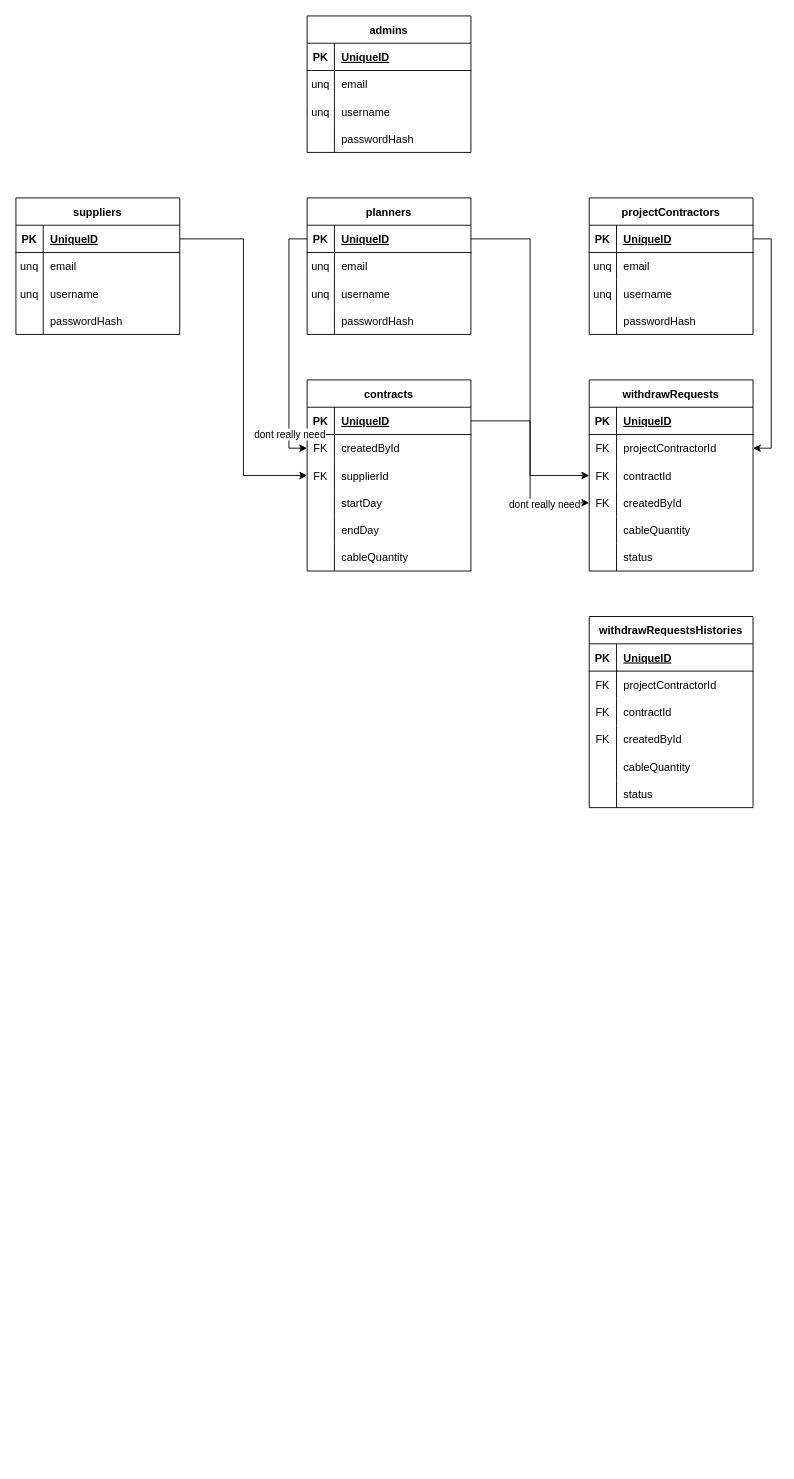
Earlier version of the draw.io diagram documents/database.drawio (cocacolastick-cable-management/cable_management_be). Source tidied: cells renumbered, new cells numbered last; positions are measured from the earlier drawing's top-left corner, leaving out a move shared by most shapes. Both pictures are drawn from the tidied source at 91%, with x=0, y=0 at pixel (15, 15).
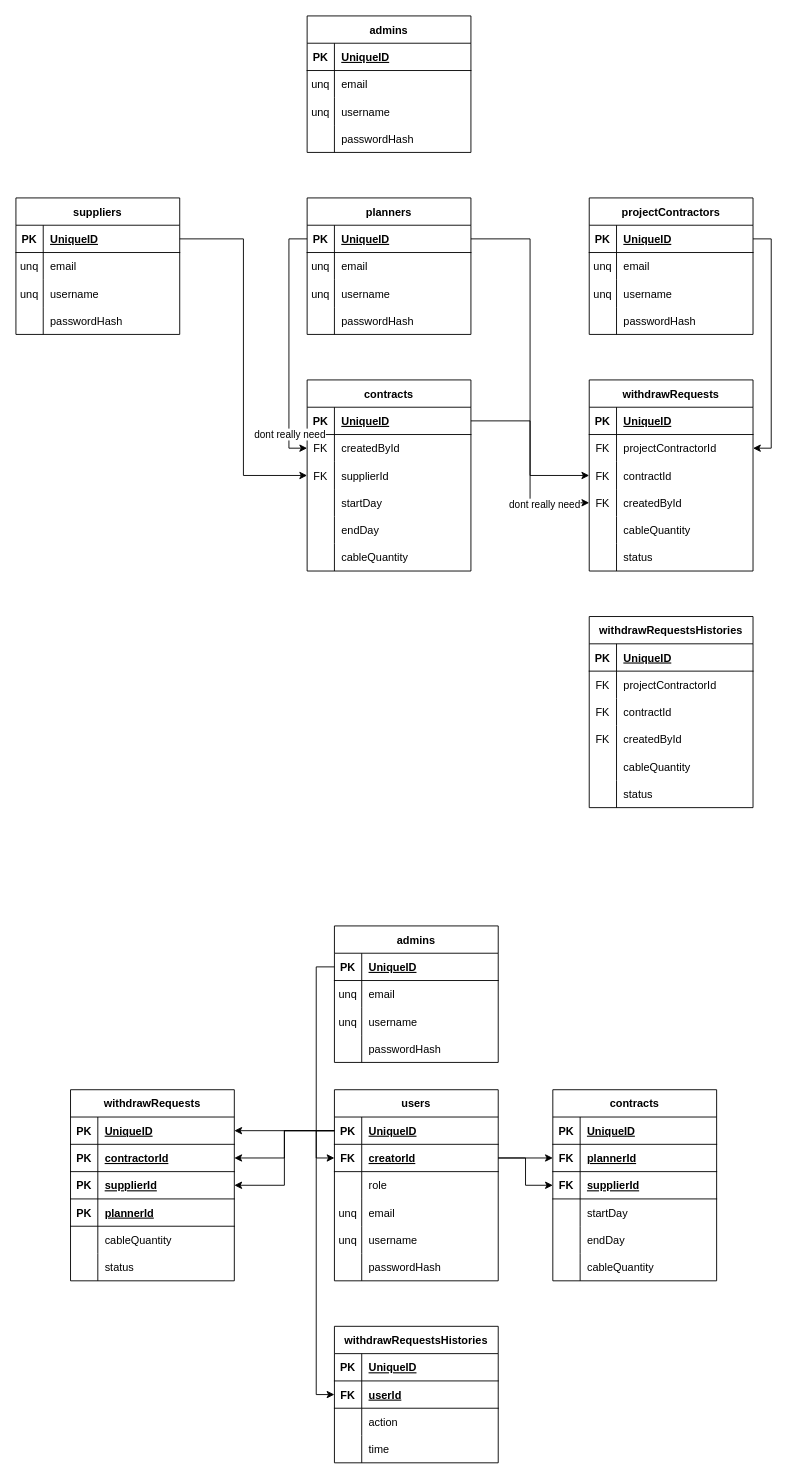
Above is the later version.

What changed in the source:
```diff
@@
+    <mxCell id="118" value="admins" style="shape=table;startSize=30;childLayout=tableLayout;rowLines=0;fontStyle=1;align=center;" parent="1" vertex="1">
+      <mxGeometry x="350" y="1000" width="180" height="150" as="geometry" />
+    </mxCell>
+    <mxCell id="119" style="shape=tableRow;horizontal=0;startSize=0;swimlaneHead=0;swimlaneBody=0;fillColor=none;points=[[0,0.5],[1,0.5]];portConstraint=eastwest;top=0;left=0;right=0;bottom=1;" parent="118" vertex="1">
+      <mxGeometry y="30" width="180" height="30" as="geometry" />
+    </mxCell>
+    <mxCell id="120" value="PK" style="shape=partialRectangle;fillColor=none;top=0;left=0;bottom=0;right=0;fontStyle=1;overflow=hidden;" parent="119" vertex="1">
+      <mxGeometry width="30" height="30" as="geometry" />
+    </mxCell>
+    <mxCell id="121" value="UniqueID" style="shape=partialRectangle;fillColor=none;top=0;left=0;bottom=0;right=0;align=left;spacingLeft=6;fontStyle=5;overflow=hidden;" parent="119" vertex="1">
+      <mxGeometry x="30" width="150" height="30" as="geometry" />
+    </mxCell>
+    <mxCell id="122" style="shape=tableRow;horizontal=0;startSize=0;swimlaneHead=0;swimlaneBody=0;fillColor=none;top=0;left=0;right=0;bottom=0;" parent="118" vertex="1">
+      <mxGeometry y="60" width="180" height="30" as="geometry" />
+    </mxCell>
+    <mxCell id="123" value="unq" style="shape=partialRectangle;fillColor=none;top=0;left=0;bottom=0;right=0;overflow=hidden;" parent="122" vertex="1">
+      <mxGeometry width="30" height="30" as="geometry" />
+    </mxCell>
+    <mxCell id="124" value="email" style="shape=partialRectangle;fillColor=none;top=0;left=0;bottom=0;right=0;align=left;spacingLeft=6;overflow=hidden;" parent="122" vertex="1">
+      <mxGeometry x="30" width="150" height="30" as="geometry" />
+    </mxCell>
+    <mxCell id="125" style="shape=tableRow;horizontal=0;startSize=0;swimlaneHead=0;swimlaneBody=0;fillColor=none;top=0;left=0;right=0;bottom=0;" parent="118" vertex="1">
+      <mxGeometry y="90" width="180" height="30" as="geometry" />
+    </mxCell>
+    <mxCell id="126" value="unq" style="shape=partialRectangle;fillColor=none;top=0;left=0;bottom=0;right=0;overflow=hidden;" parent="125" vertex="1">
+      <mxGeometry width="30" height="30" as="geometry" />
+    </mxCell>
+    <mxCell id="127" value="username" style="shape=partialRectangle;fillColor=none;top=0;left=0;bottom=0;right=0;align=left;spacingLeft=6;overflow=hidden;" parent="125" vertex="1">
+      <mxGeometry x="30" width="150" height="30" as="geometry" />
+    </mxCell>
+    <mxCell id="128" style="shape=tableRow;horizontal=0;startSize=0;swimlaneHead=0;swimlaneBody=0;fillColor=none;top=0;left=0;right=0;bottom=0;" parent="118" vertex="1">
+      <mxGeometry y="120" width="180" height="30" as="geometry" />
+    </mxCell>
+    <mxCell id="129" style="shape=partialRectangle;fillColor=none;top=0;left=0;bottom=0;right=0;overflow=hidden;" parent="128" vertex="1">
+      <mxGeometry width="30" height="30" as="geometry" />
+    </mxCell>
+    <mxCell id="130" value="passwordHash" style="shape=partialRectangle;fillColor=none;top=0;left=0;bottom=0;right=0;align=left;spacingLeft=6;overflow=hidden;" parent="128" vertex="1">
+      <mxGeometry x="30" width="150" height="30" as="geometry" />
+    </mxCell>
+    <mxCell id="131" value="users" style="shape=table;startSize=30;childLayout=tableLayout;rowLines=0;fontStyle=1;align=center;" parent="1" vertex="1">
+      <mxGeometry x="350" y="1180" width="180" height="210" as="geometry" />
+    </mxCell>
+    <mxCell id="132" style="shape=tableRow;horizontal=0;startSize=0;swimlaneHead=0;swimlaneBody=0;fillColor=none;points=[[0,0.5],[1,0.5]];portConstraint=eastwest;top=0;left=0;right=0;bottom=1;" parent="131" vertex="1">
+      <mxGeometry y="30" width="180" height="30" as="geometry" />
+    </mxCell>
+    <mxCell id="133" value="PK" style="shape=partialRectangle;fillColor=none;top=0;left=0;bottom=0;right=0;fontStyle=1;overflow=hidden;" parent="132" vertex="1">
+      <mxGeometry width="30" height="30" as="geometry" />
+    </mxCell>
+    <mxCell id="134" value="UniqueID" style="shape=partialRectangle;fillColor=none;top=0;left=0;bottom=0;right=0;align=left;spacingLeft=6;fontStyle=5;overflow=hidden;" parent="132" vertex="1">
+      <mxGeometry x="30" width="150" height="30" as="geometry" />
+    </mxCell>
+    <mxCell id="135" style="shape=tableRow;horizontal=0;startSize=0;swimlaneHead=0;swimlaneBody=0;fillColor=none;points=[[0,0.5],[1,0.5]];portConstraint=eastwest;top=0;left=0;right=0;bottom=1;" parent="131" vertex="1">
+      <mxGeometry y="60" width="180" height="30" as="geometry" />
+    </mxCell>
+    <mxCell id="136" value="FK" style="shape=partialRectangle;fillColor=none;top=0;left=0;bottom=0;right=0;fontStyle=1;overflow=hidden;" parent="135" vertex="1">
+      <mxGeometry width="30" height="30" as="geometry" />
+    </mxCell>
+    <mxCell id="137" value="creatorId" style="shape=partialRectangle;fillColor=none;top=0;left=0;bottom=0;right=0;align=left;spacingLeft=6;fontStyle=5;overflow=hidden;" parent="135" vertex="1">
+      <mxGeometry x="30" width="150" height="30" as="geometry" />
+    </mxCell>
+    <mxCell id="138" style="shape=tableRow;horizontal=0;startSize=0;swimlaneHead=0;swimlaneBody=0;fillColor=none;top=0;left=0;right=0;bottom=0;" parent="131" vertex="1">
+      <mxGeometry y="90" width="180" height="30" as="geometry" />
+    </mxCell>
+    <mxCell id="139" style="shape=partialRectangle;fillColor=none;top=0;left=0;bottom=0;right=0;overflow=hidden;" parent="138" vertex="1">
+      <mxGeometry width="30" height="30" as="geometry" />
+    </mxCell>
+    <mxCell id="140" value="role" style="shape=partialRectangle;fillColor=none;top=0;left=0;bottom=0;right=0;align=left;spacingLeft=6;overflow=hidden;" parent="138" vertex="1">
+      <mxGeometry x="30" width="150" height="30" as="geometry" />
+    </mxCell>
+    <mxCell id="141" style="shape=tableRow;horizontal=0;startSize=0;swimlaneHead=0;swimlaneBody=0;fillColor=none;top=0;left=0;right=0;bottom=0;" parent="131" vertex="1">
+      <mxGeometry y="120" width="180" height="30" as="geometry" />
+    </mxCell>
+    <mxCell id="142" value="unq" style="shape=partialRectangle;fillColor=none;top=0;left=0;bottom=0;right=0;overflow=hidden;" parent="141" vertex="1">
+      <mxGeometry width="30" height="30" as="geometry" />
+    </mxCell>
+    <mxCell id="143" value="email" style="shape=partialRectangle;fillColor=none;top=0;left=0;bottom=0;right=0;align=left;spacingLeft=6;overflow=hidden;" parent="141" vertex="1">
+      <mxGeometry x="30" width="150" height="30" as="geometry" />
+    </mxCell>
+    <mxCell id="144" style="shape=tableRow;horizontal=0;startSize=0;swimlaneHead=0;swimlaneBody=0;fillColor=none;top=0;left=0;right=0;bottom=0;" parent="131" vertex="1">
+      <mxGeometry y="150" width="180" height="30" as="geometry" />
+    </mxCell>
+    <mxCell id="145" value="unq" style="shape=partialRectangle;fillColor=none;top=0;left=0;bottom=0;right=0;overflow=hidden;" parent="144" vertex="1">
+      <mxGeometry width="30" height="30" as="geometry" />
+    </mxCell>
+    <mxCell id="146" value="username" style="shape=partialRectangle;fillColor=none;top=0;left=0;bottom=0;right=0;align=left;spacingLeft=6;overflow=hidden;" parent="144" vertex="1">
+      <mxGeometry x="30" width="150" height="30" as="geometry" />
+    </mxCell>
+    <mxCell id="147" style="shape=tableRow;horizontal=0;startSize=0;swimlaneHead=0;swimlaneBody=0;fillColor=none;top=0;left=0;right=0;bottom=0;" parent="131" vertex="1">
+      <mxGeometry y="180" width="180" height="30" as="geometry" />
+    </mxCell>
+    <mxCell id="148" style="shape=partialRectangle;fillColor=none;top=0;left=0;bottom=0;right=0;overflow=hidden;" parent="147" vertex="1">
+      <mxGeometry width="30" height="30" as="geometry" />
+    </mxCell>
+    <mxCell id="149" value="passwordHash" style="shape=partialRectangle;fillColor=none;top=0;left=0;bottom=0;right=0;align=left;spacingLeft=6;overflow=hidden;" parent="147" vertex="1">
+      <mxGeometry x="30" width="150" height="30" as="geometry" />
+    </mxCell>
+    <mxCell id="150" style="edgeStyle=orthogonalEdgeStyle;rounded=0;jettySize=auto;html=1;entryX=0;entryY=0.5;entryDx=0;entryDy=0;" parent="1" edge="1" source="119" target="135">
+      <mxGeometry relative="1" as="geometry" />
+    </mxCell>
+    <mxCell id="151" value="contracts" style="shape=table;startSize=30;childLayout=tableLayout;rowLines=0;fontStyle=1;align=center;" parent="1" vertex="1">
+      <mxGeometry x="590" y="1180" width="180" height="210" as="geometry" />
+    </mxCell>
+    <mxCell id="152" style="shape=tableRow;horizontal=0;startSize=0;swimlaneHead=0;swimlaneBody=0;fillColor=none;top=0;left=0;right=0;bottom=1;" parent="151" vertex="1">
+      <mxGeometry y="30" width="180" height="30" as="geometry" />
+    </mxCell>
+    <mxCell id="153" value="PK" style="shape=partialRectangle;fillColor=none;top=0;left=0;bottom=0;right=0;fontStyle=1;overflow=hidden;" parent="152" vertex="1">
+      <mxGeometry width="30" height="30" as="geometry" />
+    </mxCell>
+    <mxCell id="154" value="UniqueID" style="shape=partialRectangle;fillColor=none;top=0;left=0;bottom=0;right=0;align=left;spacingLeft=6;fontStyle=5;overflow=hidden;" parent="152" vertex="1">
+      <mxGeometry x="30" width="150" height="30" as="geometry" />
+    </mxCell>
+    <mxCell id="155" style="shape=tableRow;horizontal=0;startSize=0;swimlaneHead=0;swimlaneBody=0;fillColor=none;points=[[0,0.5],[1,0.5]];portConstraint=eastwest;top=0;left=0;right=0;bottom=1;" parent="151" vertex="1">
+      <mxGeometry y="60" width="180" height="30" as="geometry" />
+    </mxCell>
+    <mxCell id="156" value="FK" style="shape=partialRectangle;fillColor=none;top=0;left=0;bottom=0;right=0;fontStyle=1;overflow=hidden;" parent="155" vertex="1">
+      <mxGeometry width="30" height="30" as="geometry" />
+    </mxCell>
+    <mxCell id="157" value="plannerId" style="shape=partialRectangle;fillColor=none;top=0;left=0;bottom=0;right=0;align=left;spacingLeft=6;fontStyle=5;overflow=hidden;" parent="155" vertex="1">
+      <mxGeometry x="30" width="150" height="30" as="geometry" />
+    </mxCell>
+    <mxCell id="158" style="shape=tableRow;horizontal=0;startSize=0;swimlaneHead=0;swimlaneBody=0;fillColor=none;points=[[0,0.5],[1,0.5]];portConstraint=eastwest;top=0;left=0;right=0;bottom=1;" parent="151" vertex="1">
+      <mxGeometry y="90" width="180" height="30" as="geometry" />
+    </mxCell>
+    <mxCell id="159" value="FK" style="shape=partialRectangle;fillColor=none;top=0;left=0;bottom=0;right=0;fontStyle=1;overflow=hidden;" parent="158" vertex="1">
+      <mxGeometry width="30" height="30" as="geometry" />
+    </mxCell>
+    <mxCell id="160" value="supplierId" style="shape=partialRectangle;fillColor=none;top=0;left=0;bottom=0;right=0;align=left;spacingLeft=6;fontStyle=5;overflow=hidden;" parent="158" vertex="1">
+      <mxGeometry x="30" width="150" height="30" as="geometry" />
+    </mxCell>
+    <mxCell id="161" style="shape=tableRow;horizontal=0;startSize=0;swimlaneHead=0;swimlaneBody=0;fillColor=none;top=0;left=0;right=0;bottom=0;" parent="151" vertex="1">
+      <mxGeometry y="120" width="180" height="30" as="geometry" />
+    </mxCell>
+    <mxCell id="162" style="shape=partialRectangle;fillColor=none;top=0;left=0;bottom=0;right=0;overflow=hidden;" parent="161" vertex="1">
+      <mxGeometry width="30" height="30" as="geometry" />
+    </mxCell>
+    <mxCell id="163" value="startDay" style="shape=partialRectangle;fillColor=none;top=0;left=0;bottom=0;right=0;align=left;spacingLeft=6;overflow=hidden;" parent="161" vertex="1">
+      <mxGeometry x="30" width="150" height="30" as="geometry" />
+    </mxCell>
+    <mxCell id="164" style="shape=tableRow;horizontal=0;startSize=0;swimlaneHead=0;swimlaneBody=0;fillColor=none;top=0;left=0;right=0;bottom=0;" parent="151" vertex="1">
+      <mxGeometry y="150" width="180" height="30" as="geometry" />
+    </mxCell>
+    <mxCell id="165" style="shape=partialRectangle;fillColor=none;top=0;left=0;bottom=0;right=0;overflow=hidden;" parent="164" vertex="1">
+      <mxGeometry width="30" height="30" as="geometry" />
+    </mxCell>
+    <mxCell id="166" value="endDay" style="shape=partialRectangle;fillColor=none;top=0;left=0;bottom=0;right=0;align=left;spacingLeft=6;overflow=hidden;" parent="164" vertex="1">
+      <mxGeometry x="30" width="150" height="30" as="geometry" />
+    </mxCell>
+    <mxCell id="167" style="shape=tableRow;horizontal=0;startSize=0;swimlaneHead=0;swimlaneBody=0;fillColor=none;top=0;left=0;right=0;bottom=0;" parent="151" vertex="1">
+      <mxGeometry y="180" width="180" height="30" as="geometry" />
+    </mxCell>
+    <mxCell id="168" style="shape=partialRectangle;fillColor=none;top=0;left=0;bottom=0;right=0;overflow=hidden;" parent="167" vertex="1">
+      <mxGeometry width="30" height="30" as="geometry" />
+    </mxCell>
+    <mxCell id="169" value="cableQuantity" style="shape=partialRectangle;fillColor=none;top=0;left=0;bottom=0;right=0;align=left;spacingLeft=6;overflow=hidden;" parent="167" vertex="1">
+      <mxGeometry x="30" width="150" height="30" as="geometry" />
+    </mxCell>
+    <mxCell id="170" style="edgeStyle=orthogonalEdgeStyle;rounded=0;jettySize=auto;html=1;" parent="1" edge="1" source="135" target="155">
+      <mxGeometry relative="1" as="geometry" />
+    </mxCell>
+    <mxCell id="171" style="edgeStyle=orthogonalEdgeStyle;rounded=0;jettySize=auto;html=1;" parent="1" edge="1" source="135" target="158">
+      <mxGeometry relative="1" as="geometry" />
+    </mxCell>
+    <mxCell id="172" value="withdrawRequests" style="shape=table;startSize=30;childLayout=tableLayout;rowLines=0;fontStyle=1;align=center;" parent="1" vertex="1">
+      <mxGeometry x="60" y="1180" width="180" height="210" as="geometry" />
+    </mxCell>
+    <mxCell id="173" style="shape=tableRow;horizontal=0;startSize=0;swimlaneHead=0;swimlaneBody=0;fillColor=none;points=[[0,0.5],[1,0.5]];portConstraint=eastwest;top=0;left=0;right=0;bottom=1;" parent="172" vertex="1">
+      <mxGeometry y="30" width="180" height="30" as="geometry" />
+    </mxCell>
+    <mxCell id="174" value="PK" style="shape=partialRectangle;fillColor=none;top=0;left=0;bottom=0;right=0;fontStyle=1;overflow=hidden;" parent="173" vertex="1">
+      <mxGeometry width="30" height="30" as="geometry" />
+    </mxCell>
+    <mxCell id="175" value="UniqueID" style="shape=partialRectangle;fillColor=none;top=0;left=0;bottom=0;right=0;align=left;spacingLeft=6;fontStyle=5;overflow=hidden;" parent="173" vertex="1">
+      <mxGeometry x="30" width="150" height="30" as="geometry" />
+    </mxCell>
+    <mxCell id="176" style="shape=tableRow;horizontal=0;startSize=0;swimlaneHead=0;swimlaneBody=0;fillColor=none;points=[[0,0.5],[1,0.5]];portConstraint=eastwest;top=0;left=0;right=0;bottom=1;" parent="172" vertex="1">
+      <mxGeometry y="60" width="180" height="30" as="geometry" />
+    </mxCell>
+    <mxCell id="177" value="PK" style="shape=partialRectangle;fillColor=none;top=0;left=0;bottom=0;right=0;fontStyle=1;overflow=hidden;" parent="176" vertex="1">
+      <mxGeometry width="30" height="30" as="geometry" />
+    </mxCell>
+    <mxCell id="178" value="contractorId" style="shape=partialRectangle;fillColor=none;top=0;left=0;bottom=0;right=0;align=left;spacingLeft=6;fontStyle=5;overflow=hidden;" parent="176" vertex="1">
+      <mxGeometry x="30" width="150" height="30" as="geometry" />
+    </mxCell>
+    <mxCell id="179" style="shape=tableRow;horizontal=0;startSize=0;swimlaneHead=0;swimlaneBody=0;fillColor=none;points=[[0,0.5],[1,0.5]];portConstraint=eastwest;top=0;left=0;right=0;bottom=1;" parent="172" vertex="1">
+      <mxGeometry y="90" width="180" height="30" as="geometry" />
+    </mxCell>
+    <mxCell id="180" value="PK" style="shape=partialRectangle;fillColor=none;top=0;left=0;bottom=0;right=0;fontStyle=1;overflow=hidden;" parent="179" vertex="1">
+      <mxGeometry width="30" height="30" as="geometry" />
+    </mxCell>
+    <mxCell id="181" value="supplierId" style="shape=partialRectangle;fillColor=none;top=0;left=0;bottom=0;right=0;align=left;spacingLeft=6;fontStyle=5;overflow=hidden;" parent="179" vertex="1">
+      <mxGeometry x="30" width="150" height="30" as="geometry" />
+    </mxCell>
+    <mxCell id="182" style="shape=tableRow;horizontal=0;startSize=0;swimlaneHead=0;swimlaneBody=0;fillColor=none;top=0;left=0;right=0;bottom=1;" parent="172" vertex="1">
+      <mxGeometry y="120" width="180" height="30" as="geometry" />
+    </mxCell>
+    <mxCell id="183" value="PK" style="shape=partialRectangle;fillColor=none;top=0;left=0;bottom=0;right=0;fontStyle=1;overflow=hidden;" parent="182" vertex="1">
+      <mxGeometry width="30" height="30" as="geometry" />
+    </mxCell>
+    <mxCell id="184" value="plannerId" style="shape=partialRectangle;fillColor=none;top=0;left=0;bottom=0;right=0;align=left;spacingLeft=6;fontStyle=5;overflow=hidden;" parent="182" vertex="1">
+      <mxGeometry x="30" width="150" height="30" as="geometry" />
+    </mxCell>
+    <mxCell id="185" style="shape=tableRow;horizontal=0;startSize=0;swimlaneHead=0;swimlaneBody=0;fillColor=none;top=0;left=0;right=0;bottom=0;" parent="172" vertex="1">
+      <mxGeometry y="150" width="180" height="30" as="geometry" />
+    </mxCell>
+    <mxCell id="186" style="shape=partialRectangle;fillColor=none;top=0;left=0;bottom=0;right=0;overflow=hidden;" parent="185" vertex="1">
+      <mxGeometry width="30" height="30" as="geometry" />
+    </mxCell>
+    <mxCell id="187" value="cableQuantity" style="shape=partialRectangle;fillColor=none;top=0;left=0;bottom=0;right=0;align=left;spacingLeft=6;overflow=hidden;" parent="185" vertex="1">
+      <mxGeometry x="30" width="150" height="30" as="geometry" />
+    </mxCell>
+    <mxCell id="188" style="shape=tableRow;horizontal=0;startSize=0;swimlaneHead=0;swimlaneBody=0;fillColor=none;top=0;left=0;right=0;bottom=0;" parent="172" vertex="1">
+      <mxGeometry y="180" width="180" height="30" as="geometry" />
+    </mxCell>
+    <mxCell id="189" style="shape=partialRectangle;fillColor=none;top=0;left=0;bottom=0;right=0;overflow=hidden;" parent="188" vertex="1">
+      <mxGeometry width="30" height="30" as="geometry" />
+    </mxCell>
+    <mxCell id="190" value="status" style="shape=partialRectangle;fillColor=none;top=0;left=0;bottom=0;right=0;align=left;spacingLeft=6;overflow=hidden;" parent="188" vertex="1">
+      <mxGeometry x="30" width="150" height="30" as="geometry" />
+    </mxCell>
+    <mxCell id="191" style="edgeStyle=orthogonalEdgeStyle;rounded=0;jettySize=auto;html=1;" parent="1" edge="1" source="132" target="173">
+      <mxGeometry relative="1" as="geometry" />
+    </mxCell>
+    <mxCell id="192" style="edgeStyle=orthogonalEdgeStyle;rounded=0;jettySize=auto;html=1;" parent="1" edge="1" source="132" target="176">
+      <mxGeometry relative="1" as="geometry" />
+    </mxCell>
+    <mxCell id="193" style="edgeStyle=orthogonalEdgeStyle;rounded=0;jettySize=auto;html=1;" parent="1" edge="1" source="132" target="179">
+      <mxGeometry relative="1" as="geometry" />
+    </mxCell>
+    <mxCell id="194" value="withdrawRequestsHistories" style="shape=table;startSize=30;childLayout=tableLayout;rowLines=0;fontStyle=1;align=center;" parent="1" vertex="1">
+      <mxGeometry x="350" y="1440" width="180" height="150" as="geometry" />
+    </mxCell>
+    <mxCell id="195" style="shape=tableRow;horizontal=0;startSize=0;swimlaneHead=0;swimlaneBody=0;fillColor=none;top=0;left=0;right=0;bottom=1;" parent="194" vertex="1">
+      <mxGeometry y="30" width="180" height="30" as="geometry" />
+    </mxCell>
+    <mxCell id="196" value="PK" style="shape=partialRectangle;fillColor=none;top=0;left=0;bottom=0;right=0;fontStyle=1;overflow=hidden;" parent="195" vertex="1">
+      <mxGeometry width="30" height="30" as="geometry" />
+    </mxCell>
+    <mxCell id="197" value="UniqueID" style="shape=partialRectangle;fillColor=none;top=0;left=0;bottom=0;right=0;align=left;spacingLeft=6;fontStyle=5;overflow=hidden;" parent="195" vertex="1">
+      <mxGeometry x="30" width="150" height="30" as="geometry" />
+    </mxCell>
+    <mxCell id="198" style="shape=tableRow;horizontal=0;startSize=0;swimlaneHead=0;swimlaneBody=0;fillColor=none;points=[[0,0.5],[1,0.5]];portConstraint=eastwest;top=0;left=0;right=0;bottom=1;" parent="194" vertex="1">
+      <mxGeometry y="60" width="180" height="30" as="geometry" />
+    </mxCell>
+    <mxCell id="199" value="FK" style="shape=partialRectangle;fillColor=none;top=0;left=0;bottom=0;right=0;fontStyle=1;overflow=hidden;" parent="198" vertex="1">
+      <mxGeometry width="30" height="30" as="geometry" />
+    </mxCell>
+    <mxCell id="200" value="userId" style="shape=partialRectangle;fillColor=none;top=0;left=0;bottom=0;right=0;align=left;spacingLeft=6;fontStyle=5;overflow=hidden;" parent="198" vertex="1">
+      <mxGeometry x="30" width="150" height="30" as="geometry" />
+    </mxCell>
+    <mxCell id="201" style="shape=tableRow;horizontal=0;startSize=0;swimlaneHead=0;swimlaneBody=0;fillColor=none;top=0;left=0;right=0;bottom=0;" parent="194" vertex="1">
+      <mxGeometry y="90" width="180" height="30" as="geometry" />
+    </mxCell>
+    <mxCell id="202" style="shape=partialRectangle;fillColor=none;top=0;left=0;bottom=0;right=0;overflow=hidden;" parent="201" vertex="1">
+      <mxGeometry width="30" height="30" as="geometry" />
+    </mxCell>
+    <mxCell id="203" value="action" style="shape=partialRectangle;fillColor=none;top=0;left=0;bottom=0;right=0;align=left;spacingLeft=6;overflow=hidden;" parent="201" vertex="1">
+      <mxGeometry x="30" width="150" height="30" as="geometry" />
+    </mxCell>
+    <mxCell id="204" style="shape=tableRow;horizontal=0;startSize=0;swimlaneHead=0;swimlaneBody=0;fillColor=none;top=0;left=0;right=0;bottom=0;" parent="194" vertex="1">
+      <mxGeometry y="120" width="180" height="30" as="geometry" />
+    </mxCell>
+    <mxCell id="205" style="shape=partialRectangle;fillColor=none;top=0;left=0;bottom=0;right=0;overflow=hidden;" parent="204" vertex="1">
+      <mxGeometry width="30" height="30" as="geometry" />
+    </mxCell>
+    <mxCell id="206" value="time" style="shape=partialRectangle;fillColor=none;top=0;left=0;bottom=0;right=0;align=left;spacingLeft=6;overflow=hidden;" parent="204" vertex="1">
+      <mxGeometry x="30" width="150" height="30" as="geometry" />
+    </mxCell>
+    <mxCell id="207" style="edgeStyle=orthogonalEdgeStyle;rounded=0;jettySize=auto;html=1;entryX=0;entryY=0.5;entryDx=0;entryDy=0;" parent="1" edge="1" source="132" target="198">
+      <mxGeometry relative="1" as="geometry" />
+    </mxCell>
```
